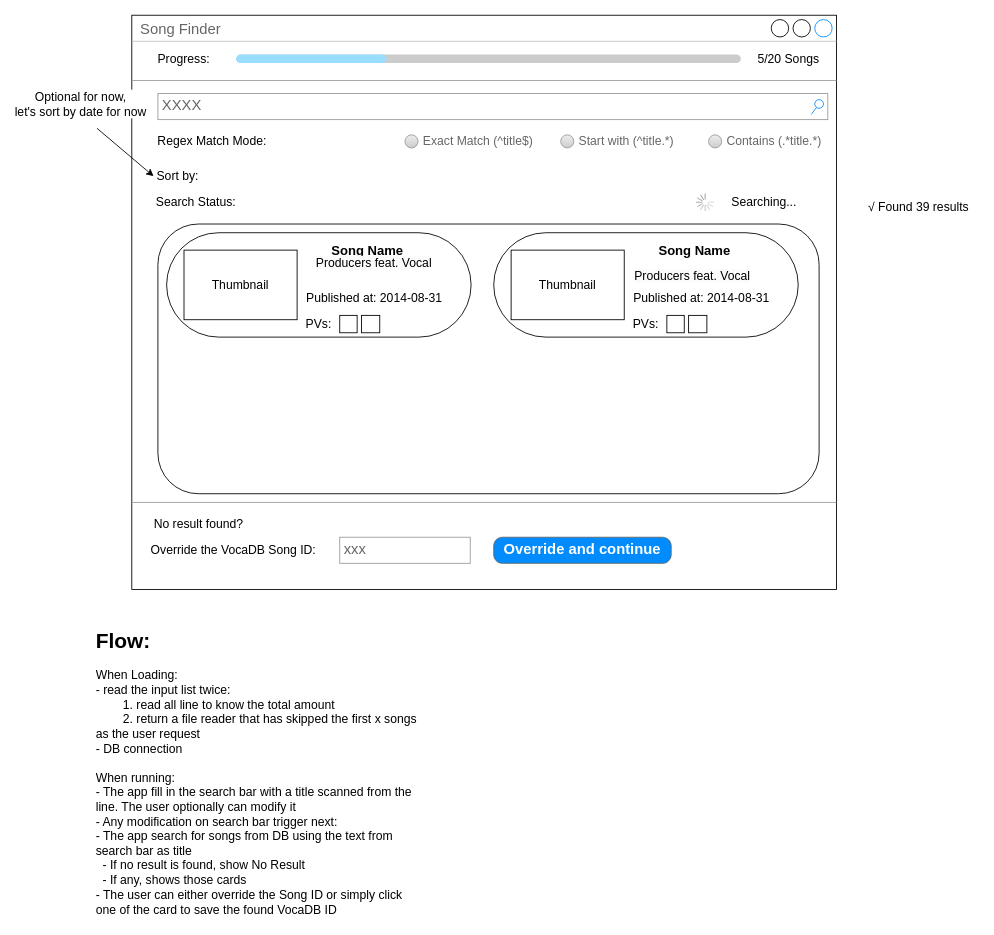
The draw.io diagram doc/Mock UI.drawio in CXwudi/song-finder-vocadb, before the edit. Source tidied: cells renumbered, new cells numbered last; positions are measured from the earlier drawing's top-left corner, leaving out a move shared by most shapes. Both pictures are drawn from the tidied source at 87%, with x=0, y=0 at pixel (91, 15).
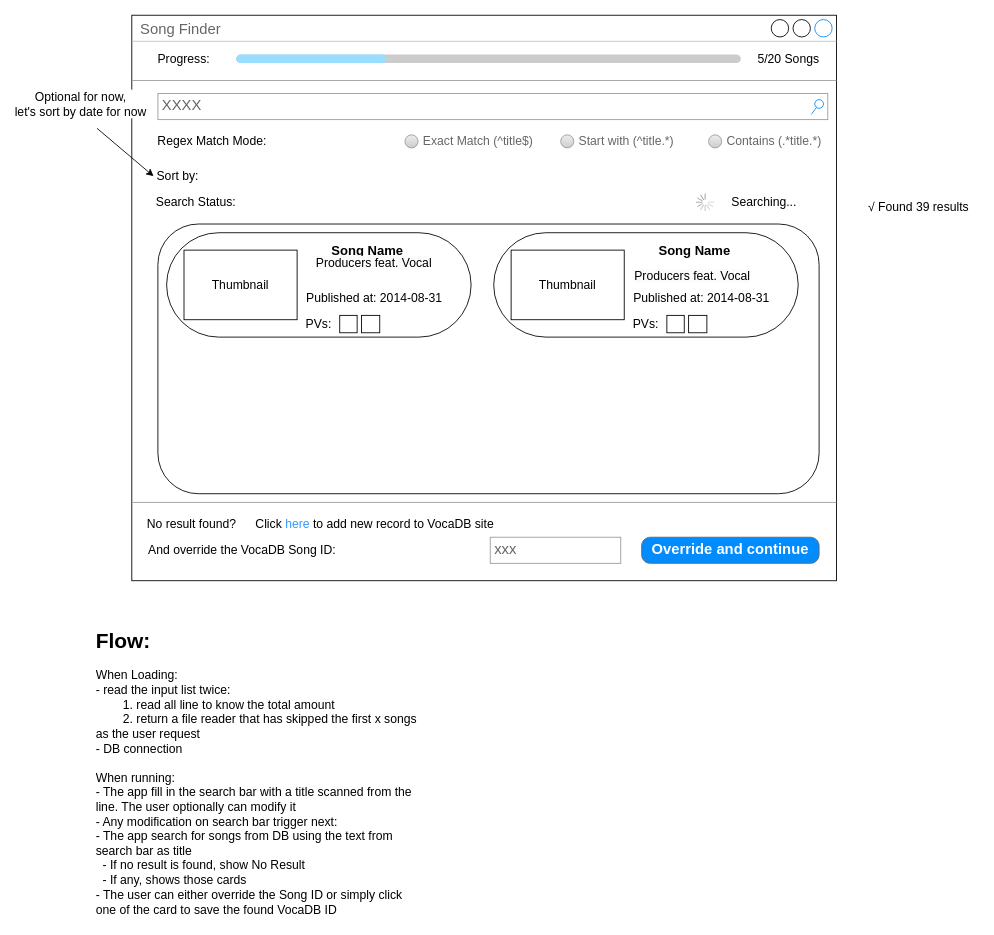
Above is the later version.

What changed in the source:
```diff
@@
     <mxCell id="2" value="Song Finder" style="strokeWidth=1;shadow=0;dashed=0;align=center;html=1;shape=mxgraph.mockup.containers.window;align=left;verticalAlign=top;spacingLeft=8;strokeColor2=#008cff;strokeColor3=#c4c4c4;fontColor=#666666;mainText=;fontSize=17;labelBackgroundColor=none;whiteSpace=wrap;" parent="1" vertex="1">
-      <mxGeometry x="46" width="810" height="660" as="geometry" />
+      <mxGeometry x="46" width="810" height="650" as="geometry" />
     </mxCell>
@@
     <mxCell id="11" value="No result found?" style="text;html=1;strokeColor=none;fillColor=none;align=center;verticalAlign=middle;whiteSpace=wrap;rounded=0;fontSize=14;fontFamily=Helvetica;fontColor=default;" parent="1" vertex="1">
-      <mxGeometry x="60" y="570" width="126" height="30" as="geometry" />
+      <mxGeometry x="60" y="570" width="110" height="30" as="geometry" />
     </mxCell>
-    <mxCell id="12" value="Override the VocaDB Song ID:" style="text;html=1;strokeColor=none;fillColor=none;align=center;verticalAlign=middle;whiteSpace=wrap;rounded=0;fontSize=14;fontFamily=Helvetica;fontColor=default;" parent="1" vertex="1">
-      <mxGeometry x="60" y="600" width="206" height="30" as="geometry" />
+    <mxCell id="12" value="And override the VocaDB Song ID:" style="text;html=1;strokeColor=none;fillColor=none;align=center;verticalAlign=middle;whiteSpace=wrap;rounded=0;fontSize=14;fontFamily=Helvetica;fontColor=default;" parent="1" vertex="1">
+      <mxGeometry x="58" y="600" width="230" height="30" as="geometry" />
     </mxCell>
     <mxCell id="13" value="xxx" style="strokeWidth=1;shadow=0;dashed=0;align=center;html=1;shape=mxgraph.mockup.forms.pwField;strokeColor=#999999;mainText=;align=left;fontColor=#666666;fontSize=17;spacingLeft=3;rounded=0;fontFamily=Helvetica;fillColor=none;gradientColor=none;" parent="1" vertex="1">
-      <mxGeometry x="285" y="600" width="150" height="30" as="geometry" />
+      <mxGeometry x="458" y="600" width="150" height="30" as="geometry" />
     </mxCell>
     <mxCell id="14" value="Override and continue" style="strokeWidth=1;shadow=0;dashed=0;align=center;html=1;shape=mxgraph.mockup.buttons.button;strokeColor=#666666;fontColor=#ffffff;mainText=;buttonStyle=round;fontSize=17;fontStyle=1;fillColor=#008cff;whiteSpace=wrap;rounded=0;fontFamily=Helvetica;" parent="1" vertex="1">
-      <mxGeometry x="462" y="600" width="204" height="30" as="geometry" />
+      <mxGeometry x="632" y="600" width="204" height="30" as="geometry" />
     </mxCell>
@@
+    <mxCell id="42" value="&lt;font style=&quot;font-size: 14px;&quot;&gt;Click &lt;font color=&quot;#3399ff&quot;&gt;here &lt;/font&gt;to add new record to VocaDB site&lt;/font&gt;" style="text;html=1;align=center;verticalAlign=middle;strokeColor=none;fillColor=none;" parent="1" vertex="1">
+      <mxGeometry x="175" y="570" width="300" height="30" as="geometry" />
+    </mxCell>
```
